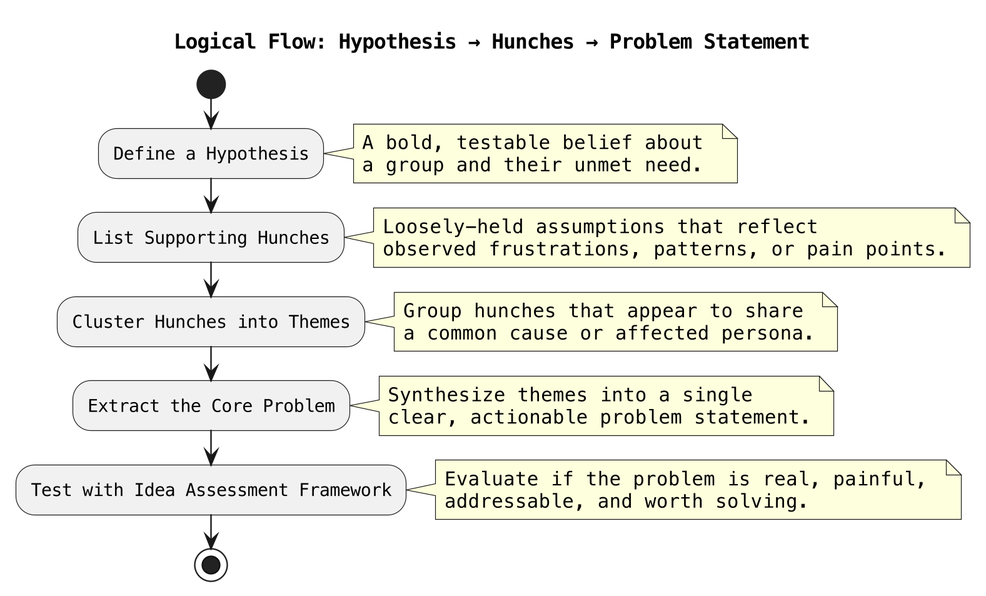
Earlier version of the PlantUML export SupportFiles/PlantUML/I have a hypothesis.png (dcougias/OneDayMBA). Its source is kept beside it as SupportFiles/PlantUML/I have a hypothesis.plantuml.
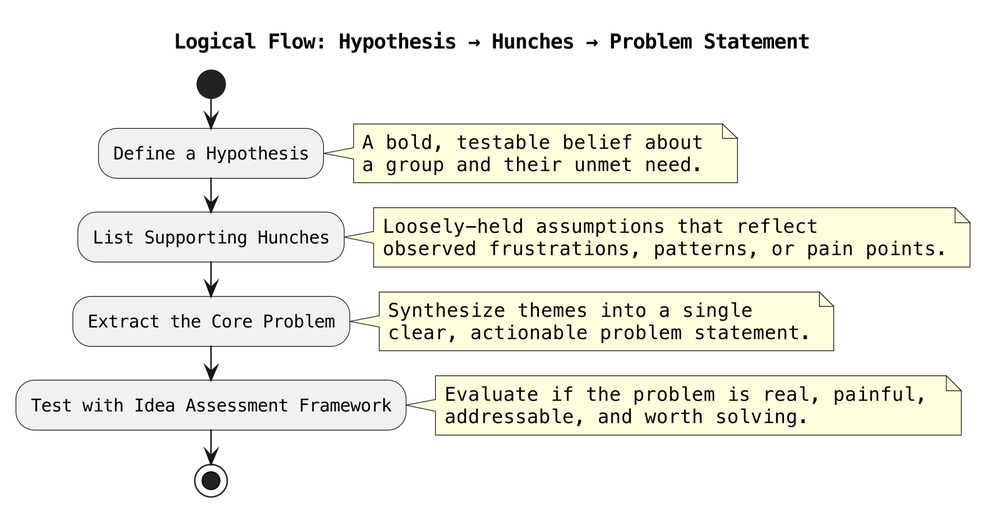
The same file after the commit.

Change to the diagram source:
```diff
@@ -17,12 +17,6 @@
  observed frustrations, patterns, or pain points.
 end note
 
-:Cluster Hunches into Themes;
-note right
- Group hunches that appear to share
- a common cause or affected persona.
-end note
-
 :Extract the Core Problem;
 note right
  Synthesize themes into a single
```
